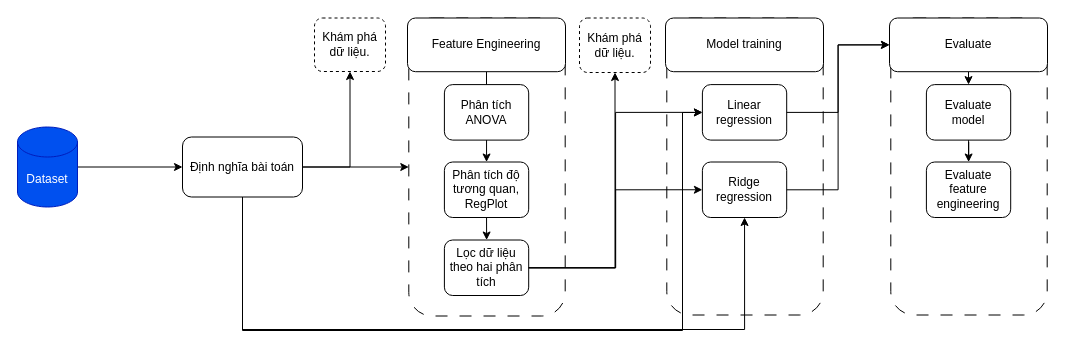
ippapi/ml keeps this draw.io diagram as zzz.drawio. Above is the earlier version. Source tidied: cells renumbered, new cells numbered last; positions are measured from the earlier drawing's top-left corner, leaving out a move shared by most shapes. Both pictures are drawn from the tidied source at 100%, with x=0, y=0 at pixel (17, 18).
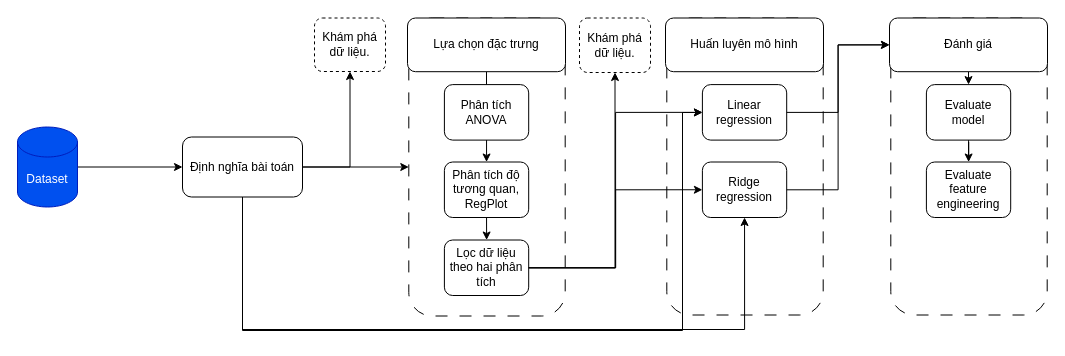
The same diagram, later.

Unchanged cells that the change refers to:
```xml
<mxCell id="7" style="group;" parent="1" vertex="1">
  <mxGeometry x="648" y="-0.5" width="158" height="298" as="geometry" />
</mxCell>
<mxCell id="12" style="group;" parent="1" vertex="1">
  <mxGeometry x="390" y="-0.5" width="158" height="298" as="geometry" />
</mxCell>
<mxCell id="24" style="group;" parent="1" vertex="1">
  <mxGeometry x="872" y="-0.5" width="158" height="298" as="geometry" />
</mxCell>
```

What changed in the source:
```diff
@@
-    <mxCell id="9" value="Model training" style="rounded=1;whiteSpace=wrap;html=1;" parent="7" vertex="1">
+    <mxCell id="9" value="Huấn luyên mô hình" style="rounded=1;whiteSpace=wrap;html=1;" parent="7" vertex="1">
       <mxGeometry width="158" height="53.7" as="geometry" />
     </mxCell>
@@
-    <mxCell id="15" value="Feature Engineering" style="rounded=1;whiteSpace=wrap;html=1;" parent="12" vertex="1">
+    <mxCell id="15" value="Lựa chọn đặc trưng" style="rounded=1;whiteSpace=wrap;html=1;" parent="12" vertex="1">
       <mxGeometry width="158" height="53.7" as="geometry" />
     </mxCell>
@@
-    <mxCell id="27" value="Evaluate" style="rounded=1;whiteSpace=wrap;html=1;" parent="24" vertex="1">
+    <mxCell id="27" value="Đánh giá" style="rounded=1;whiteSpace=wrap;html=1;" parent="24" vertex="1">
       <mxGeometry width="158" height="53.7" as="geometry" />
     </mxCell>
```
